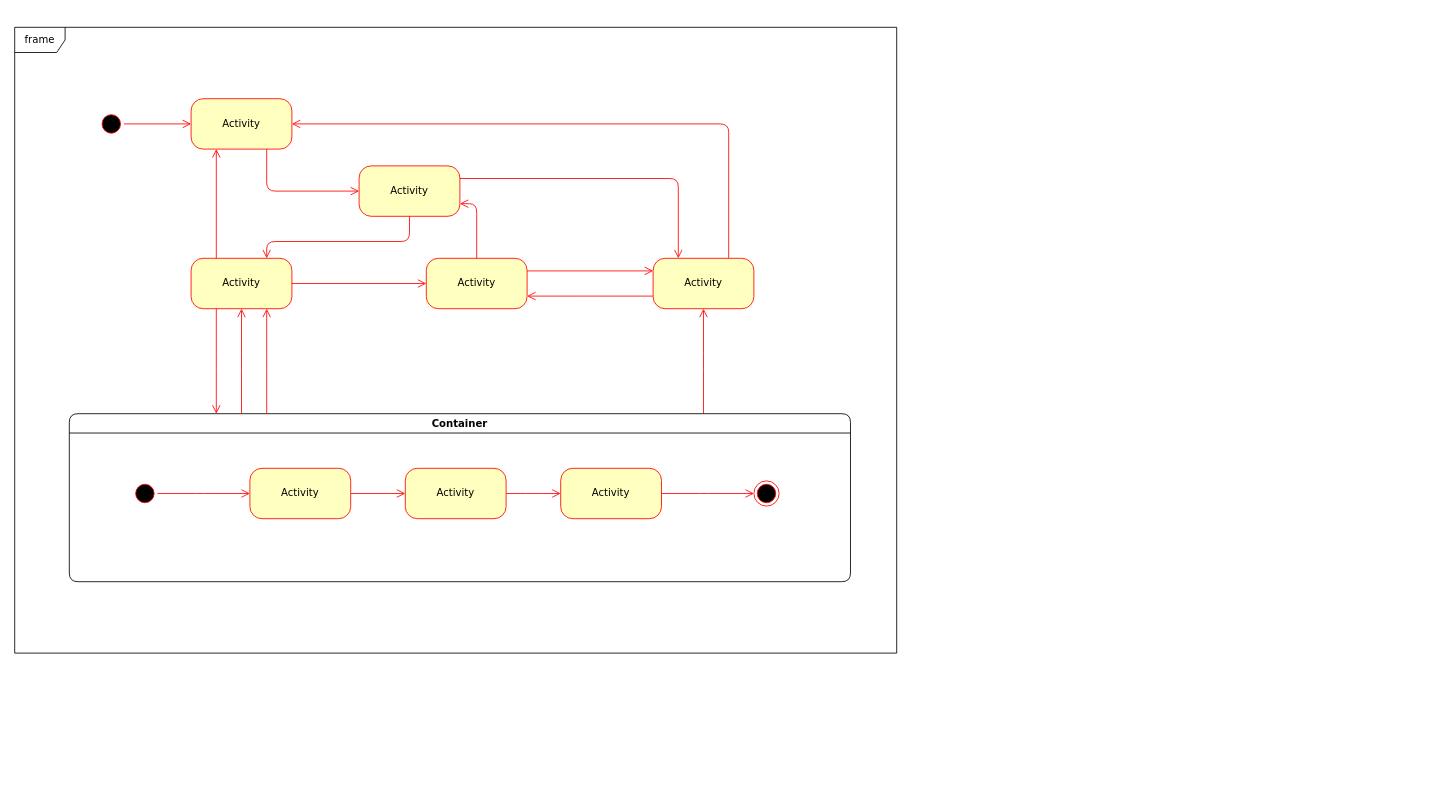
This is Concept of Operations.drawio from VestaCord/Integrated-Space-Programme-OBC-2024, a draw.io file, before an edit. Source tidied: cells renumbered, new cells numbered last; positions are measured from the earlier drawing's top-left corner, leaving out a move shared by most shapes. Both pictures are drawn from the tidied source at 84%, with x=0, y=0 at pixel (14, 27).
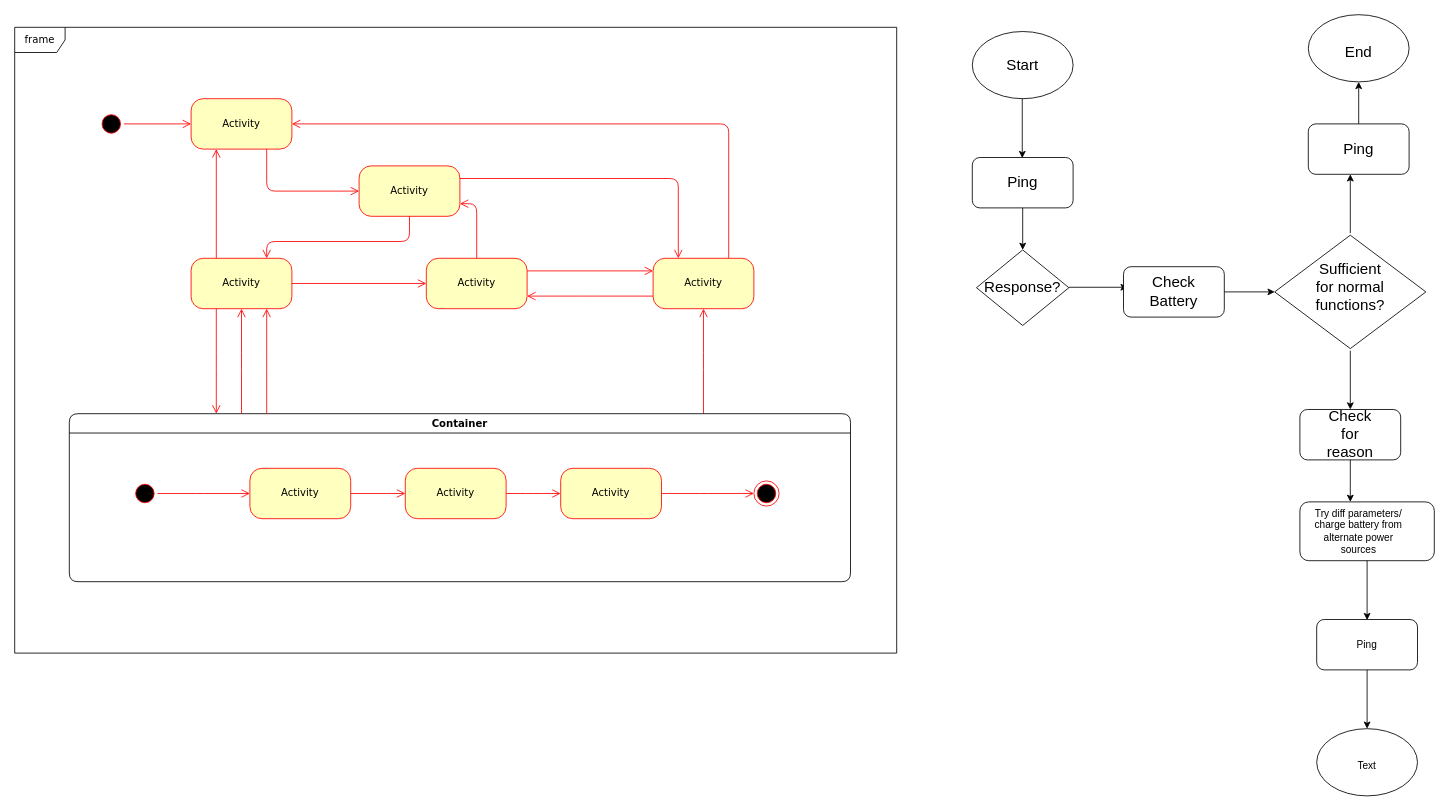
Above is the later version.

What changed in the source:
```diff
@@
+    <mxCell id="33" style="ellipse;whiteSpace=wrap;html=1;" parent="1" vertex="1">
+      <mxGeometry x="1140" y="5" width="120" height="80" as="geometry" />
+    </mxCell>
+    <mxCell id="34" value="&lt;span style=&quot;font-size: 18px;&quot;&gt;Start&lt;/span&gt;" style="text;html=1;align=center;verticalAlign=middle;whiteSpace=wrap;rounded=0;" parent="1" vertex="1">
+      <mxGeometry x="1170" y="30" width="60" height="30" as="geometry" />
+    </mxCell>
+    <mxCell id="35" style="endArrow=classic;html=1;rounded=0;" parent="1" edge="1">
+      <mxGeometry relative="1" as="geometry">
+        <mxPoint x="1199.5" y="85" as="sourcePoint" />
+        <mxPoint x="1199.5" y="155.7" as="targetPoint" />
+      </mxGeometry>
+    </mxCell>
+    <mxCell id="36" style="rounded=1;whiteSpace=wrap;html=1;" parent="1" vertex="1">
+      <mxGeometry x="1140" y="155" width="120" height="60" as="geometry" />
+    </mxCell>
+    <mxCell id="37" value="&lt;span style=&quot;font-size: 18px;&quot;&gt;Ping&lt;/span&gt;" style="text;html=1;align=center;verticalAlign=middle;whiteSpace=wrap;rounded=0;" parent="1" vertex="1">
+      <mxGeometry x="1170" y="170" width="60" height="30" as="geometry" />
+    </mxCell>
+    <mxCell id="38" style="endArrow=classic;html=1;rounded=0;exitX=0.5;exitY=1;exitDx=0;exitDy=0;" parent="1" edge="1" source="36">
+      <mxGeometry relative="1" as="geometry">
+        <mxPoint x="1200" y="265" as="targetPoint" />
+      </mxGeometry>
+    </mxCell>
+    <mxCell id="39" style="rhombus;whiteSpace=wrap;html=1;" parent="1" vertex="1">
+      <mxGeometry x="1145" y="265" width="110" height="90" as="geometry" />
+    </mxCell>
+    <mxCell id="40" value="&lt;font style=&quot;font-size: 18px;&quot;&gt;Response?&lt;/font&gt;" style="text;html=1;align=center;verticalAlign=middle;whiteSpace=wrap;rounded=0;" parent="1" vertex="1">
+      <mxGeometry x="1170" y="295" width="60" height="30" as="geometry" />
+    </mxCell>
+    <mxCell id="41" style="endArrow=classic;html=1;rounded=0;" parent="1" edge="1">
+      <mxGeometry relative="1" as="geometry">
+        <mxPoint x="1255" y="309.5" as="sourcePoint" />
+        <mxPoint x="1325" y="309.5" as="targetPoint" />
+      </mxGeometry>
+    </mxCell>
+    <mxCell id="42" style="rounded=1;whiteSpace=wrap;html=1;" parent="1" vertex="1">
+      <mxGeometry x="1320" y="285" width="120" height="60" as="geometry" />
+    </mxCell>
+    <mxCell id="43" value="&lt;span style=&quot;font-size: 18px;&quot;&gt;Check Battery&lt;/span&gt;" style="text;html=1;align=center;verticalAlign=middle;whiteSpace=wrap;rounded=0;" parent="1" vertex="1">
+      <mxGeometry x="1350" y="300" width="60" height="30" as="geometry" />
+    </mxCell>
+    <mxCell id="44" style="endArrow=classic;html=1;rounded=0;" parent="1" edge="1">
+      <mxGeometry relative="1" as="geometry">
+        <mxPoint x="1440" y="315" as="sourcePoint" />
+        <mxPoint x="1500" y="315" as="targetPoint" />
+      </mxGeometry>
+    </mxCell>
+    <mxCell id="45" style="rhombus;whiteSpace=wrap;html=1;" parent="1" vertex="1">
+      <mxGeometry x="1500" y="247.5" width="180" height="135" as="geometry" />
+    </mxCell>
+    <mxCell id="46" value="&lt;font style=&quot;font-size: 18px;&quot;&gt;Sufficient for normal functions?&lt;/font&gt;" style="text;html=1;align=center;verticalAlign=middle;whiteSpace=wrap;rounded=0;" parent="1" vertex="1">
+      <mxGeometry x="1560" y="295" width="60" height="30" as="geometry" />
+    </mxCell>
+    <mxCell id="47" style="endArrow=classic;html=1;rounded=0;" parent="1" edge="1">
+      <mxGeometry relative="1" as="geometry">
+        <mxPoint x="1590" y="245" as="sourcePoint" />
+        <mxPoint x="1590" y="175" as="targetPoint" />
+      </mxGeometry>
+    </mxCell>
+    <mxCell id="48" style="rounded=1;whiteSpace=wrap;html=1;" parent="1" vertex="1">
+      <mxGeometry x="1540" y="115" width="120" height="60" as="geometry" />
+    </mxCell>
+    <mxCell id="49" value="&lt;font style=&quot;font-size: 18px;&quot;&gt;Ping&lt;/font&gt;" style="text;html=1;align=center;verticalAlign=middle;whiteSpace=wrap;rounded=0;" parent="1" vertex="1">
+      <mxGeometry x="1570" y="130" width="60" height="30" as="geometry" />
+    </mxCell>
+    <mxCell id="50" style="endArrow=classic;html=1;rounded=0;" parent="1" edge="1">
+      <mxGeometry relative="1" as="geometry">
+        <mxPoint x="1600" y="115" as="sourcePoint" />
+        <mxPoint x="1600" y="65" as="targetPoint" />
+      </mxGeometry>
+    </mxCell>
+    <mxCell id="51" style="ellipse;whiteSpace=wrap;html=1;" parent="1" vertex="1">
+      <mxGeometry x="1540" y="-15" width="120" height="80" as="geometry" />
+    </mxCell>
+    <mxCell id="52" value="&lt;font style=&quot;font-size: 18px;&quot;&gt;End&lt;/font&gt;" style="text;html=1;align=center;verticalAlign=middle;whiteSpace=wrap;rounded=0;" parent="1" vertex="1">
+      <mxGeometry x="1570" y="15" width="60" height="30" as="geometry" />
+    </mxCell>
+    <mxCell id="53" style="endArrow=classic;html=1;rounded=0;" parent="1" edge="1">
+      <mxGeometry relative="1" as="geometry">
+        <mxPoint x="1590" y="385" as="sourcePoint" />
+        <mxPoint x="1590" y="455" as="targetPoint" />
+      </mxGeometry>
+    </mxCell>
+    <mxCell id="54" style="rounded=1;whiteSpace=wrap;html=1;" parent="1" vertex="1">
+      <mxGeometry x="1530" y="455" width="120" height="60" as="geometry" />
+    </mxCell>
+    <mxCell id="55" value="&lt;font style=&quot;font-size: 18px;&quot;&gt;Check for reas&lt;/font&gt;&lt;font style=&quot;font-size: 18px;&quot;&gt;&lt;font style=&quot;&quot;&gt;o&lt;/font&gt;n&lt;/font&gt;" style="text;html=1;align=center;verticalAlign=middle;whiteSpace=wrap;rounded=0;" parent="1" vertex="1">
+      <mxGeometry x="1560" y="470" width="60" height="30" as="geometry" />
+    </mxCell>
+    <mxCell id="56" style="endArrow=classic;html=1;rounded=0;exitX=0.5;exitY=1;exitDx=0;exitDy=0;" parent="1" edge="1" source="54">
+      <mxGeometry relative="1" as="geometry">
+        <mxPoint x="1590" y="565" as="targetPoint" />
+      </mxGeometry>
+    </mxCell>
+    <mxCell id="57" style="rounded=1;whiteSpace=wrap;html=1;" parent="1" vertex="1">
+      <mxGeometry x="1530" y="565" width="160" height="70" as="geometry" />
+    </mxCell>
+    <mxCell id="58" value="Try diff parameters/ charge battery from alternate power sources" style="text;html=1;align=center;verticalAlign=middle;whiteSpace=wrap;rounded=0;" parent="1" vertex="1">
+      <mxGeometry x="1540" y="585" width="120" height="30" as="geometry" />
+    </mxCell>
+    <mxCell id="59" style="endArrow=classic;html=1;rounded=0;" parent="1" edge="1" source="57">
+      <mxGeometry relative="1" as="geometry">
+        <mxPoint x="1610" y="705.7" as="targetPoint" />
+      </mxGeometry>
+    </mxCell>
+    <mxCell id="60" style="rounded=1;whiteSpace=wrap;html=1;" parent="1" vertex="1">
+      <mxGeometry x="1550" y="705" width="120" height="60" as="geometry" />
+    </mxCell>
+    <mxCell id="61" value="Ping" style="text;html=1;align=center;verticalAlign=middle;whiteSpace=wrap;rounded=0;" parent="1" vertex="1">
+      <mxGeometry x="1580" y="720" width="60" height="30" as="geometry" />
+    </mxCell>
+    <mxCell id="62" style="endArrow=classic;html=1;rounded=0;exitX=0.5;exitY=1;exitDx=0;exitDy=0;" parent="1" edge="1" source="60">
+      <mxGeometry relative="1" as="geometry">
+        <mxPoint x="1610" y="835" as="targetPoint" />
+      </mxGeometry>
+    </mxCell>
+    <mxCell id="63" style="ellipse;whiteSpace=wrap;html=1;" parent="1" vertex="1">
+      <mxGeometry x="1550" y="835" width="120" height="80" as="geometry" />
+    </mxCell>
+    <mxCell id="64" value="Text" style="text;html=1;align=center;verticalAlign=middle;whiteSpace=wrap;rounded=0;" parent="1" vertex="1">
+      <mxGeometry x="1580" y="865" width="60" height="30" as="geometry" />
+    </mxCell>
```
